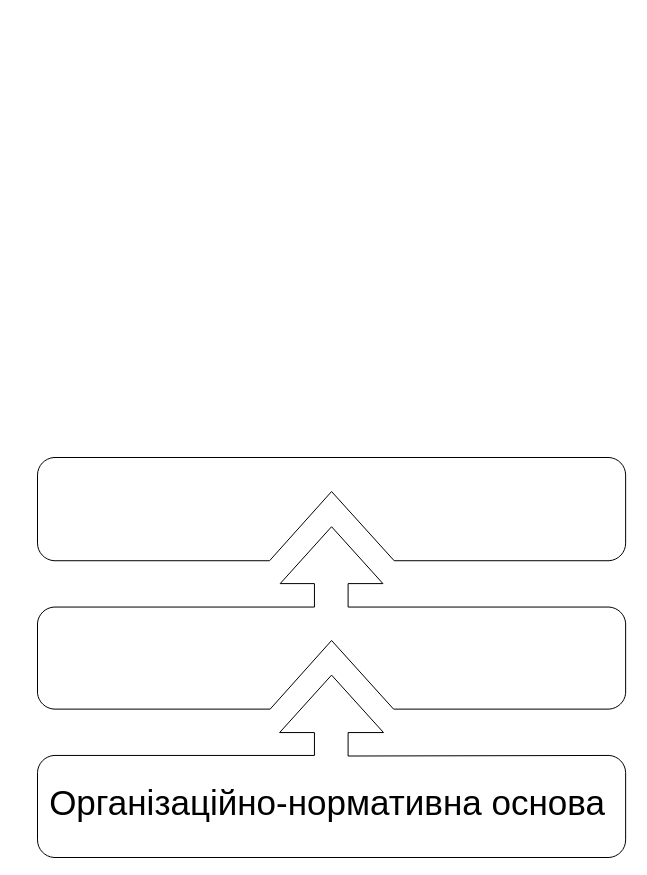
Earlier version of the draw.io diagram triangle.drawio (Punkoivan/linkedin). Source tidied: cells renumbered, new cells numbered last; positions are measured from the earlier drawing's top-left corner, leaving out a move shared by most shapes. Both pictures are drawn from the tidied source at 100%, with x=0, y=0 at pixel (37, 457).
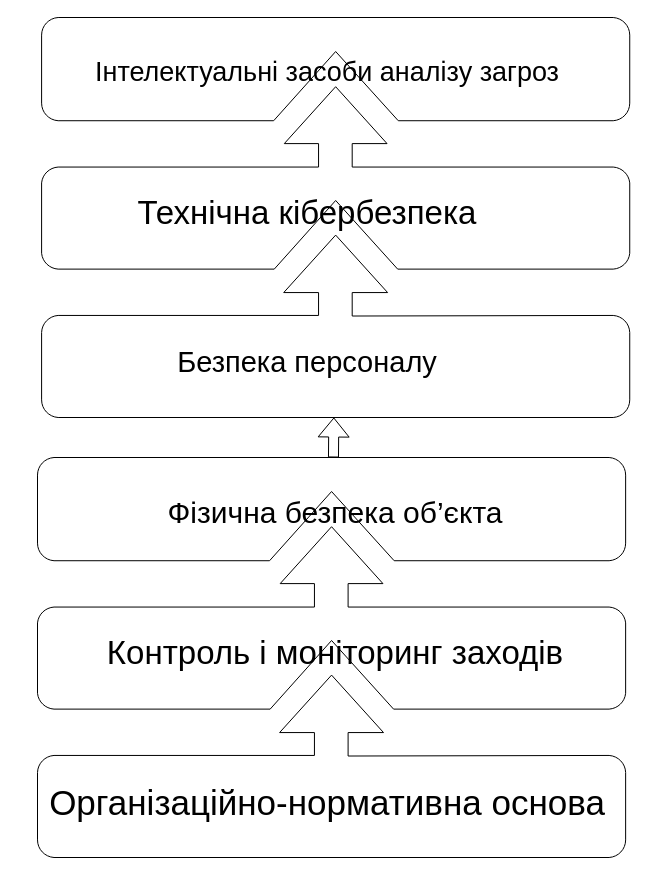
After the change.

Change to the diagram source:
```diff
@@
 <mxGraphModel>
   <root>
     <mxCell id="0" />
     <mxCell id="1" parent="0" />
     <mxCell id="2" style="sketch=0;shadow=0;dashed=0;html=1;labelPosition=center;verticalLabelPosition=bottom;verticalAlign=top;align=center;shape=mxgraph.mscae.enterprise.protocol_stack;" parent="1" vertex="1">
       <mxGeometry width="588.2" height="400" as="geometry" />
     </mxCell>
     <mxCell id="3" value="&lt;font style=&quot;font-size: 35px;&quot;&gt;Організаційно-нормативна основа&lt;/font&gt;" style="text;html=1;align=center;verticalAlign=middle;whiteSpace=wrap;rounded=0;" parent="1" vertex="1">
       <mxGeometry y="330" width="580" height="30" as="geometry" />
     </mxCell>
+    <mxCell id="4" value="&lt;font style=&quot;font-size: 33px;&quot;&gt;Контроль і моніторинг заходів&lt;/font&gt;" style="text;html=1;align=center;verticalAlign=middle;whiteSpace=wrap;rounded=0;" parent="1" vertex="1">
+      <mxGeometry x="8.2" y="180" width="580" height="30" as="geometry" />
+    </mxCell>
+    <mxCell id="5" value="&lt;font style=&quot;font-size: 30px;&quot;&gt;Фізична безпека об’єкта&lt;/font&gt;" style="text;html=1;align=center;verticalAlign=middle;whiteSpace=wrap;rounded=0;" parent="1" vertex="1">
+      <mxGeometry x="8.2" y="40" width="580" height="30" as="geometry" />
+    </mxCell>
+    <mxCell id="6" style="sketch=0;shadow=0;dashed=0;html=1;labelPosition=center;verticalLabelPosition=bottom;verticalAlign=top;align=center;shape=mxgraph.mscae.enterprise.protocol_stack;" parent="1" vertex="1">
+      <mxGeometry x="4.1" y="-440" width="588.2" height="400" as="geometry" />
+    </mxCell>
+    <mxCell id="7" style="shape=flexArrow;endArrow=classic;html=1;rounded=0;" parent="1" edge="1" source="2" target="6">
+      <mxGeometry relative="1" as="geometry" />
+    </mxCell>
+    <mxCell id="8" value="&lt;font style=&quot;font-size: 33px;&quot;&gt;Технічна кібербезпека&lt;/font&gt;" style="text;html=1;align=center;verticalAlign=middle;whiteSpace=wrap;rounded=0;" parent="1" vertex="1">
+      <mxGeometry x="-20" y="-260" width="580" height="30" as="geometry" />
+    </mxCell>
+    <mxCell id="9" value="&lt;font style=&quot;font-size: 27px;&quot;&gt;Інтелектуальні засоби аналізу загроз&lt;/font&gt;" style="text;html=1;align=center;verticalAlign=middle;whiteSpace=wrap;rounded=0;" parent="1" vertex="1">
+      <mxGeometry y="-400" width="580" height="30" as="geometry" />
+    </mxCell>
+    <mxCell id="10" value="&lt;font style=&quot;font-size: 29px;&quot;&gt;Безпека персоналу&lt;/font&gt;" style="text;html=1;align=center;verticalAlign=middle;whiteSpace=wrap;rounded=0;" parent="1" vertex="1">
+      <mxGeometry x="-20" y="-110" width="580" height="30" as="geometry" />
+    </mxCell>
   </root>
 </mxGraphModel>
```
